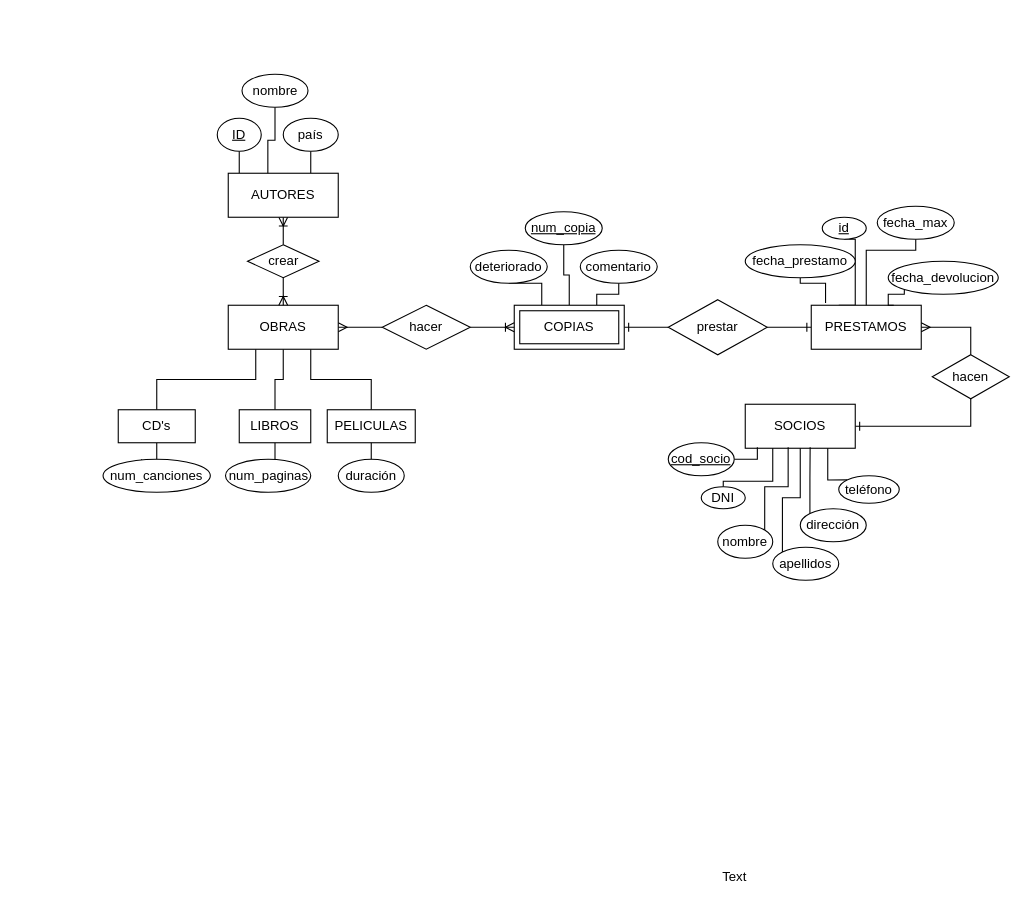
Above: Untitled Diagram.drawio in idominguez25/Curso_JavaAngular (draw.io), before the change. Source tidied: cells renumbered, new cells numbered last; positions are measured from the earlier drawing's top-left corner, leaving out a move shared by most shapes. Both pictures are drawn from the tidied source at 110%, with x=0, y=0 at pixel (102, 74).
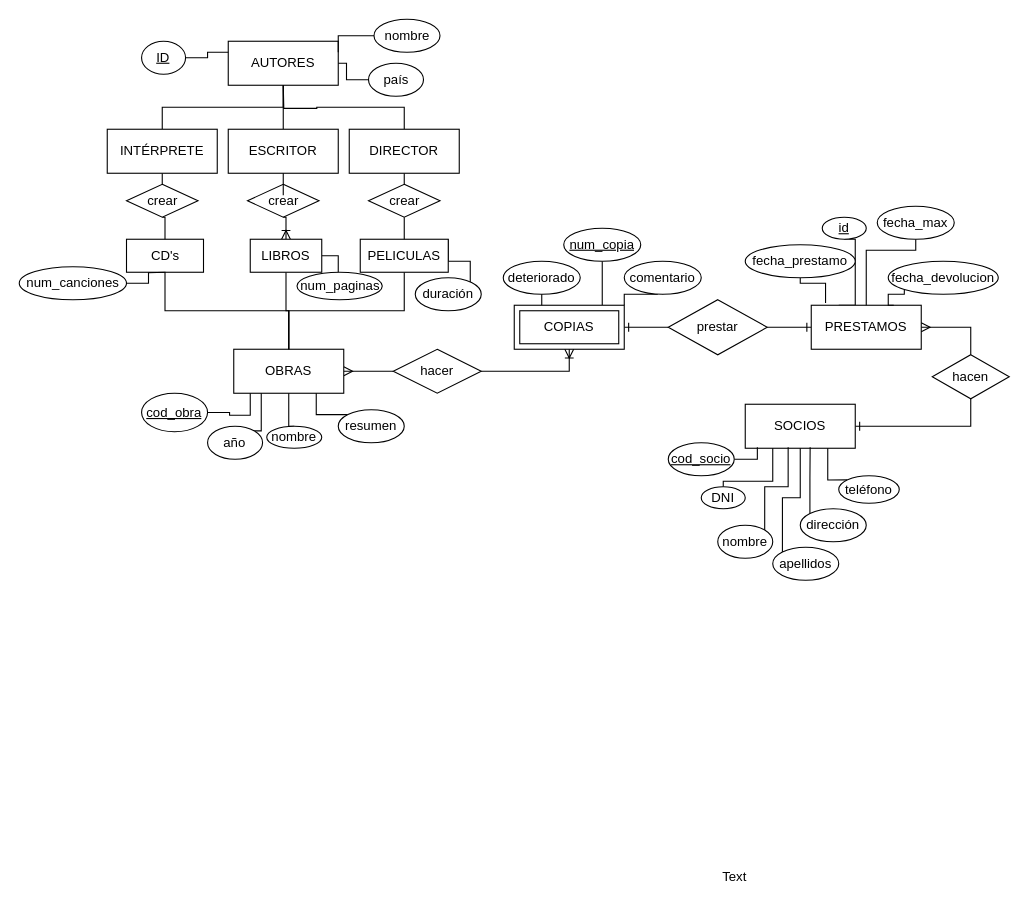
The same page after the edit.

Unchanged cells that the change refers to:
```xml
<mxCell id="16" value="COPIAS" style="shape=ext;margin=3;double=1;whiteSpace=wrap;html=1;align=center;" parent="1" vertex="1">
  <mxGeometry x="374" y="210" width="100" height="40" as="geometry" />
</mxCell>
```

The edit, as a diff of the source:
```diff
@@
     <mxCell id="14" style="edgeStyle=orthogonalEdgeStyle;rounded=0;jettySize=auto;html=1;startArrow=none;startFill=0;endArrow=none;endFill=0;strokeColor=#000000;entryX=0.5;entryY=1;entryDx=0;entryDy=0;" parent="1" edge="1" source="16" target="44">
-      <mxGeometry relative="1" as="geometry" />
+      <mxGeometry relative="1" as="geometry">
+        <Array as="points">
+          <mxPoint x="454" y="200" />
+          <mxPoint x="454" y="200" />
+        </Array>
+      </mxGeometry>
     </mxCell>
-    <mxCell id="15" style="edgeStyle=orthogonalEdgeStyle;rounded=0;jettySize=auto;html=1;exitX=0.75;exitY=0;exitDx=0;exitDy=0;entryX=0.5;entryY=1;entryDx=0;entryDy=0;startArrow=none;startFill=0;endArrow=none;endFill=0;strokeColor=#000000;" parent="1" edge="1" source="16" target="45">
+    <mxCell id="15" style="edgeStyle=orthogonalEdgeStyle;rounded=0;jettySize=auto;html=1;exitX=1;exitY=0;exitDx=0;exitDy=0;entryX=0.5;entryY=1;entryDx=0;entryDy=0;startArrow=none;startFill=0;endArrow=none;endFill=0;strokeColor=#000000;" parent="1" edge="1" source="16" target="45">
       <mxGeometry relative="1" as="geometry">
         <Array as="points">
-          <mxPoint x="449" y="200" />
-          <mxPoint x="469" y="200" />
+          <mxPoint x="474" y="200" />
+          <mxPoint x="504" y="200" />
+          <mxPoint x="504" y="185" />
         </Array>
       </mxGeometry>
     </mxCell>
@@
-    <mxCell id="17" style="edgeStyle=orthogonalEdgeStyle;rounded=0;jettySize=auto;html=1;startArrow=none;startFill=0;endArrow=none;endFill=0;strokeColor=#000000;exitX=0.25;exitY=1;exitDx=0;exitDy=0;" parent="1" edge="1" source="21" target="23">
-      <mxGeometry relative="1" as="geometry" />
-    </mxCell>
-    <mxCell id="18" style="edgeStyle=orthogonalEdgeStyle;rounded=0;jettySize=auto;html=1;exitX=0.5;exitY=1;exitDx=0;exitDy=0;entryX=0.5;entryY=0;entryDx=0;entryDy=0;startArrow=none;startFill=0;endArrow=none;endFill=0;strokeColor=#000000;" parent="1" edge="1" source="21" target="25">
-      <mxGeometry relative="1" as="geometry" />
-    </mxCell>
-    <mxCell id="19" style="edgeStyle=orthogonalEdgeStyle;rounded=0;jettySize=auto;html=1;exitX=0.75;exitY=1;exitDx=0;exitDy=0;startArrow=none;startFill=0;endArrow=none;endFill=0;strokeColor=#000000;" parent="1" edge="1" source="21" target="27">
-      <mxGeometry relative="1" as="geometry" />
-    </mxCell>
-    <mxCell id="20" style="edgeStyle=orthogonalEdgeStyle;rounded=0;jettySize=auto;html=1;startArrow=none;startFill=0;endArrow=ERoneToMany;endFill=0;strokeColor=#000000;" parent="1" edge="1" source="34" target="33">
-      <mxGeometry relative="1" as="geometry" />
-    </mxCell>
     <mxCell id="21" value="OBRAS" style="whiteSpace=wrap;html=1;align=center;" parent="1" vertex="1">
-      <mxGeometry x="114" y="210" width="100" height="40" as="geometry" />
+      <mxGeometry x="119" y="250" width="100" height="40" as="geometry" />
     </mxCell>
-    <mxCell id="22" style="edgeStyle=orthogonalEdgeStyle;rounded=0;jettySize=auto;html=1;startArrow=none;startFill=0;endArrow=none;endFill=0;strokeColor=#000000;" parent="1" edge="1" source="23">
-      <mxGeometry relative="1" as="geometry">
-        <mxPoint x="35.2" y="350" as="targetPoint" />
-      </mxGeometry>
-    </mxCell>
+    <mxCell id="64" style="edgeStyle=orthogonalEdgeStyle;rounded=0;jettySize=auto;html=1;exitX=0.5;exitY=1;exitDx=0;exitDy=0;endArrow=none;endFill=0;" parent="1" edge="1" source="23" target="21">
+      <mxGeometry relative="1" as="geometry" />
+    </mxCell>
     <mxCell id="23" value="CD's" style="whiteSpace=wrap;html=1;align=center;" parent="1" vertex="1">
-      <mxGeometry x="14" y="305" width="70" height="30" as="geometry" />
+      <mxGeometry x="21.5" y="150" width="70" height="30" as="geometry" />
     </mxCell>
-    <mxCell id="24" style="edgeStyle=orthogonalEdgeStyle;rounded=0;jettySize=auto;html=1;startArrow=none;startFill=0;endArrow=none;endFill=0;strokeColor=#000000;" parent="1" edge="1" source="25" target="41">
-      <mxGeometry relative="1" as="geometry" />
+    <mxCell id="24" style="edgeStyle=orthogonalEdgeStyle;rounded=0;jettySize=auto;html=1;startArrow=none;startFill=0;endArrow=none;endFill=0;strokeColor=#000000;exitX=1;exitY=0.5;exitDx=0;exitDy=0;" parent="1" edge="1" source="25" target="41">
+      <mxGeometry relative="1" as="geometry">
+        <Array as="points">
+          <mxPoint x="214" y="165" />
+          <mxPoint x="214" y="190" />
+          <mxPoint x="249" y="190" />
+        </Array>
+      </mxGeometry>
     </mxCell>
-    <mxCell id="25" value="LIBROS" style="whiteSpace=wrap;html=1;align=center;" parent="1" vertex="1">
-      <mxGeometry x="124" y="305" width="65" height="30" as="geometry" />
-    </mxCell>
-    <mxCell id="26" style="edgeStyle=orthogonalEdgeStyle;rounded=0;jettySize=auto;html=1;startArrow=none;startFill=0;endArrow=none;endFill=0;strokeColor=#000000;" parent="1" edge="1" source="27" target="42">
-      <mxGeometry relative="1" as="geometry" />
+    <mxCell id="26" style="edgeStyle=orthogonalEdgeStyle;rounded=0;jettySize=auto;html=1;exitX=1;exitY=0;exitDx=0;exitDy=0;entryX=0;entryY=1;entryDx=0;entryDy=0;endArrow=none;endFill=0;" parent="1" edge="1" source="27" target="42">
+      <mxGeometry relative="1" as="geometry">
+        <Array as="points">
+          <mxPoint x="314" y="170" />
+          <mxPoint x="334" y="170" />
+          <mxPoint x="334" y="200" />
+          <mxPoint x="293" y="200" />
+        </Array>
+      </mxGeometry>
     </mxCell>
+    <mxCell id="65" style="edgeStyle=orthogonalEdgeStyle;rounded=0;jettySize=auto;html=1;exitX=0.5;exitY=1;exitDx=0;exitDy=0;entryX=0.5;entryY=0;entryDx=0;entryDy=0;endArrow=none;endFill=0;" parent="1" edge="1" source="27" target="21">
+      <mxGeometry relative="1" as="geometry" />
+    </mxCell>
     <mxCell id="27" value="PELICULAS" style="whiteSpace=wrap;html=1;align=center;" parent="1" vertex="1">
-      <mxGeometry x="204" y="305" width="80" height="30" as="geometry" />
+      <mxGeometry x="234" y="150" width="80" height="30" as="geometry" />
     </mxCell>
     <mxCell id="28" value="hacer" style="shape=rhombus;perimeter=rhombusPerimeter;whiteSpace=wrap;html=1;align=center;" parent="1" vertex="1">
-      <mxGeometry x="254" y="210" width="80" height="40" as="geometry" />
+      <mxGeometry x="264" y="250" width="80" height="40" as="geometry" />
     </mxCell>
     <mxCell id="29" style="edgeStyle=orthogonalEdgeStyle;rounded=0;jettySize=auto;html=1;startArrow=ERoneToMany;startFill=0;endArrow=none;endFill=0;strokeColor=#000000;" parent="1" edge="1" source="16" target="28">
-      <mxGeometry relative="1" as="geometry" />
+      <mxGeometry relative="1" as="geometry">
+        <Array as="points">
+          <mxPoint x="424" y="270" />
+        </Array>
+      </mxGeometry>
     </mxCell>
@@
-    <mxCell id="31" style="edgeStyle=orthogonalEdgeStyle;rounded=0;jettySize=auto;html=1;startArrow=none;startFill=0;endArrow=none;endFill=0;strokeColor=#000000;exitX=0.1;exitY=0;exitDx=0;exitDy=0;exitPerimeter=0;" parent="1" edge="1" source="33" target="36">
-      <mxGeometry relative="1" as="geometry" />
-    </mxCell>
-    <mxCell id="32" style="edgeStyle=orthogonalEdgeStyle;rounded=0;jettySize=auto;html=1;exitX=0.75;exitY=0;exitDx=0;exitDy=0;entryX=0.5;entryY=1;entryDx=0;entryDy=0;startArrow=none;startFill=0;endArrow=none;endFill=0;strokeColor=#000000;" parent="1" edge="1" source="33" target="39">
-      <mxGeometry relative="1" as="geometry" />
-    </mxCell>
     <mxCell id="33" value="AUTORES" style="whiteSpace=wrap;html=1;align=center;" parent="1" vertex="1">
-      <mxGeometry x="114" y="90" width="100" height="40" as="geometry" />
+      <mxGeometry x="114" y="-30" width="100" height="40" as="geometry" />
     </mxCell>
     <mxCell id="34" value="crear" style="shape=rhombus;perimeter=rhombusPerimeter;whiteSpace=wrap;html=1;align=center;" parent="1" vertex="1">
-      <mxGeometry x="131.5" y="155" width="65" height="30" as="geometry" />
+      <mxGeometry x="131.5" y="100" width="65" height="30" as="geometry" />
     </mxCell>
-    <mxCell id="35" style="edgeStyle=orthogonalEdgeStyle;rounded=0;jettySize=auto;html=1;startArrow=ERoneToMany;startFill=0;endArrow=none;endFill=0;strokeColor=#000000;" parent="1" edge="1" source="21" target="34">
+    <mxCell id="35" style="edgeStyle=orthogonalEdgeStyle;rounded=0;jettySize=auto;html=1;startArrow=ERoneToMany;startFill=0;endArrow=none;endFill=0;strokeColor=#000000;" parent="1" edge="1" source="25" target="34">
       <mxGeometry relative="1" as="geometry" />
     </mxCell>
+    <mxCell id="66" style="edgeStyle=orthogonalEdgeStyle;rounded=0;jettySize=auto;html=1;entryX=0;entryY=0.25;entryDx=0;entryDy=0;endArrow=none;endFill=0;" parent="1" edge="1" source="36" target="33">
+      <mxGeometry relative="1" as="geometry" />
+    </mxCell>
     <mxCell id="36" value="&lt;u&gt;ID&lt;/u&gt;" style="ellipse;whiteSpace=wrap;html=1;" parent="1" vertex="1">
-      <mxGeometry x="104" y="40" width="40" height="30" as="geometry" />
+      <mxGeometry x="35.2" y="-30" width="40" height="30" as="geometry" />
     </mxCell>
-    <mxCell id="37" style="edgeStyle=orthogonalEdgeStyle;rounded=0;jettySize=auto;html=1;startArrow=none;startFill=0;endArrow=none;endFill=0;strokeColor=#000000;entryX=0.36;entryY=0;entryDx=0;entryDy=0;entryPerimeter=0;" parent="1" edge="1" source="38" target="33">
+    <mxCell id="37" style="edgeStyle=orthogonalEdgeStyle;rounded=0;jettySize=auto;html=1;exitX=0;exitY=0.5;exitDx=0;exitDy=0;entryX=1;entryY=0.25;entryDx=0;entryDy=0;endArrow=none;endFill=0;" parent="1" edge="1" source="38" target="33">
       <mxGeometry relative="1" as="geometry" />
     </mxCell>
     <mxCell id="38" value="nombre" style="ellipse;whiteSpace=wrap;html=1;align=center;" parent="1" vertex="1">
-      <mxGeometry x="126.5" width="60" height="30" as="geometry" />
+      <mxGeometry x="246.5" y="-50" width="60" height="30" as="geometry" />
     </mxCell>
+    <mxCell id="67" style="edgeStyle=orthogonalEdgeStyle;rounded=0;jettySize=auto;html=1;endArrow=none;endFill=0;" parent="1" edge="1" source="39" target="33">
+      <mxGeometry relative="1" as="geometry" />
+    </mxCell>
     <mxCell id="39" value="país" style="ellipse;whiteSpace=wrap;html=1;" parent="1" vertex="1">
-      <mxGeometry x="164" y="40" width="50" height="30" as="geometry" />
+      <mxGeometry x="241.5" y="-10" width="50" height="30" as="geometry" />
     </mxCell>
+    <mxCell id="68" style="edgeStyle=orthogonalEdgeStyle;rounded=0;jettySize=auto;html=1;endArrow=none;endFill=0;" parent="1" edge="1" source="40">
+      <mxGeometry relative="1" as="geometry">
+        <mxPoint x="57" y="180" as="targetPoint" />
+      </mxGeometry>
+    </mxCell>
     <mxCell id="40" value="num_canciones" style="ellipse;whiteSpace=wrap;html=1;" parent="1" vertex="1">
-      <mxGeometry x="0.2" y="350" width="97.5" height="30" as="geometry" />
+      <mxGeometry x="-76" y="175" width="97.5" height="30" as="geometry" />
     </mxCell>
     <mxCell id="41" value="num_paginas" style="ellipse;whiteSpace=wrap;html=1;" parent="1" vertex="1">
-      <mxGeometry x="111.5" y="350" width="77.5" height="30" as="geometry" />
+      <mxGeometry x="176.5" y="180" width="77.5" height="25" as="geometry" />
     </mxCell>
     <mxCell id="42" value="duración" style="ellipse;whiteSpace=wrap;html=1;" parent="1" vertex="1">
-      <mxGeometry x="214" y="350" width="60" height="30" as="geometry" />
+      <mxGeometry x="284" y="185" width="60" height="30" as="geometry" />
     </mxCell>
     <mxCell id="43" value="deteriorado" style="ellipse;whiteSpace=wrap;html=1;" parent="1" vertex="1">
-      <mxGeometry x="334" y="160" width="70" height="30" as="geometry" />
+      <mxGeometry x="364" y="170" width="70" height="30" as="geometry" />
     </mxCell>
     <mxCell id="44" value="&lt;u&gt;num_copia&lt;/u&gt;" style="ellipse;whiteSpace=wrap;html=1;" parent="1" vertex="1">
-      <mxGeometry x="384" y="125" width="70" height="30" as="geometry" />
+      <mxGeometry x="419" y="140" width="70" height="30" as="geometry" />
     </mxCell>
     <mxCell id="45" value="comentario" style="ellipse;whiteSpace=wrap;html=1;" parent="1" vertex="1">
-      <mxGeometry x="434" y="160" width="70" height="30" as="geometry" />
+      <mxGeometry x="474" y="170" width="70" height="30" as="geometry" />
     </mxCell>
@@
+    <mxCell id="69" style="edgeStyle=orthogonalEdgeStyle;rounded=0;jettySize=auto;html=1;exitX=1;exitY=0.5;exitDx=0;exitDy=0;entryX=0.15;entryY=1;entryDx=0;entryDy=0;entryPerimeter=0;endArrow=none;endFill=0;" parent="1" edge="1" source="70" target="21">
+      <mxGeometry relative="1" as="geometry" />
+    </mxCell>
+    <mxCell id="70" value="&lt;u&gt;cod_obra&lt;/u&gt;" style="ellipse;whiteSpace=wrap;html=1;" parent="1" vertex="1">
+      <mxGeometry x="35.2" y="290" width="60" height="35" as="geometry" />
+    </mxCell>
+    <mxCell id="71" style="edgeStyle=orthogonalEdgeStyle;rounded=0;jettySize=auto;html=1;exitX=1;exitY=0;exitDx=0;exitDy=0;entryX=0.25;entryY=1;entryDx=0;entryDy=0;endArrow=none;endFill=0;" parent="1" edge="1" source="72" target="21">
+      <mxGeometry relative="1" as="geometry" />
+    </mxCell>
+    <mxCell id="72" value="año" style="ellipse;whiteSpace=wrap;html=1;" parent="1" vertex="1">
+      <mxGeometry x="95.2" y="320" width="50" height="30" as="geometry" />
+    </mxCell>
+    <mxCell id="73" style="edgeStyle=orthogonalEdgeStyle;rounded=0;jettySize=auto;html=1;exitX=0;exitY=0;exitDx=0;exitDy=0;entryX=0.75;entryY=1;entryDx=0;entryDy=0;endArrow=none;endFill=0;" parent="1" edge="1" source="74" target="21">
+      <mxGeometry relative="1" as="geometry" />
+    </mxCell>
+    <mxCell id="74" value="resumen" style="ellipse;whiteSpace=wrap;html=1;" parent="1" vertex="1">
+      <mxGeometry x="214" y="305" width="60" height="30" as="geometry" />
+    </mxCell>
+    <mxCell id="75" style="edgeStyle=orthogonalEdgeStyle;rounded=0;jettySize=auto;html=1;exitX=0.5;exitY=0;exitDx=0;exitDy=0;entryX=0.5;entryY=1;entryDx=0;entryDy=0;endArrow=none;endFill=0;" parent="1" edge="1" source="76" target="21">
+      <mxGeometry relative="1" as="geometry" />
+    </mxCell>
+    <mxCell id="76" value="nombre" style="ellipse;whiteSpace=wrap;html=1;" parent="1" vertex="1">
+      <mxGeometry x="149" y="320" width="50" height="20" as="geometry" />
+    </mxCell>
+    <mxCell id="77" style="edgeStyle=orthogonalEdgeStyle;rounded=0;jettySize=auto;html=1;exitX=0.5;exitY=0;exitDx=0;exitDy=0;endArrow=none;endFill=0;" parent="1" edge="1" source="79" target="33">
+      <mxGeometry relative="1" as="geometry" />
+    </mxCell>
+    <mxCell id="78" style="edgeStyle=orthogonalEdgeStyle;rounded=0;jettySize=auto;html=1;exitX=0.5;exitY=1;exitDx=0;exitDy=0;entryX=0.5;entryY=0;entryDx=0;entryDy=0;endArrow=none;endFill=0;" parent="1" edge="1" source="79" target="89">
+      <mxGeometry relative="1" as="geometry" />
+    </mxCell>
+    <mxCell id="79" value="INTÉRPRETE" style="whiteSpace=wrap;html=1;align=center;" parent="1" vertex="1">
+      <mxGeometry x="4" y="50" width="100" height="40" as="geometry" />
+    </mxCell>
+    <mxCell id="80" style="edgeStyle=orthogonalEdgeStyle;rounded=0;jettySize=auto;html=1;exitX=0.5;exitY=0;exitDx=0;exitDy=0;endArrow=none;endFill=0;" parent="1" edge="1" source="82">
+      <mxGeometry relative="1" as="geometry">
+        <mxPoint x="164" y="10" as="targetPoint" />
+      </mxGeometry>
+    </mxCell>
+    <mxCell id="81" style="edgeStyle=orthogonalEdgeStyle;rounded=0;jettySize=auto;html=1;entryX=0.5;entryY=0;entryDx=0;entryDy=0;endArrow=none;endFill=0;" parent="1" edge="1" source="82" target="34">
+      <mxGeometry relative="1" as="geometry" />
+    </mxCell>
+    <mxCell id="82" value="ESCRITOR" style="whiteSpace=wrap;html=1;align=center;" parent="1" vertex="1">
+      <mxGeometry x="114" y="50" width="100" height="40" as="geometry" />
+    </mxCell>
+    <mxCell id="83" style="edgeStyle=orthogonalEdgeStyle;rounded=0;jettySize=auto;html=1;exitX=0.5;exitY=0;exitDx=0;exitDy=0;endArrow=none;endFill=0;" parent="1" edge="1" source="85">
+      <mxGeometry relative="1" as="geometry">
+        <mxPoint x="164" y="10" as="targetPoint" />
+      </mxGeometry>
+    </mxCell>
+    <mxCell id="84" style="edgeStyle=orthogonalEdgeStyle;rounded=0;jettySize=auto;html=1;exitX=0.5;exitY=1;exitDx=0;exitDy=0;entryX=0.5;entryY=0;entryDx=0;entryDy=0;endArrow=none;endFill=0;" parent="1" edge="1" source="85" target="87">
+      <mxGeometry relative="1" as="geometry" />
+    </mxCell>
+    <mxCell id="85" value="DIRECTOR" style="whiteSpace=wrap;html=1;align=center;" parent="1" vertex="1">
+      <mxGeometry x="224" y="50" width="100" height="40" as="geometry" />
+    </mxCell>
+    <mxCell id="86" style="edgeStyle=orthogonalEdgeStyle;rounded=0;jettySize=auto;html=1;exitX=0.5;exitY=1;exitDx=0;exitDy=0;entryX=0.5;entryY=0;entryDx=0;entryDy=0;endArrow=none;endFill=0;" parent="1" edge="1" source="87" target="27">
+      <mxGeometry relative="1" as="geometry" />
+    </mxCell>
+    <mxCell id="87" value="crear" style="shape=rhombus;perimeter=rhombusPerimeter;whiteSpace=wrap;html=1;align=center;" parent="1" vertex="1">
+      <mxGeometry x="241.5" y="100" width="65" height="30" as="geometry" />
+    </mxCell>
+    <mxCell id="88" style="edgeStyle=orthogonalEdgeStyle;rounded=0;jettySize=auto;html=1;exitX=0.5;exitY=1;exitDx=0;exitDy=0;entryX=0.5;entryY=0;entryDx=0;entryDy=0;endArrow=none;endFill=0;" parent="1" edge="1" source="89" target="23">
+      <mxGeometry relative="1" as="geometry" />
+    </mxCell>
+    <mxCell id="89" value="crear" style="shape=rhombus;perimeter=rhombusPerimeter;whiteSpace=wrap;html=1;align=center;" parent="1" vertex="1">
+      <mxGeometry x="21.5" y="100" width="65" height="30" as="geometry" />
+    </mxCell>
+    <mxCell id="90" style="edgeStyle=orthogonalEdgeStyle;rounded=0;jettySize=auto;html=1;exitX=0.5;exitY=1;exitDx=0;exitDy=0;entryX=0.5;entryY=0;entryDx=0;entryDy=0;endArrow=none;endFill=0;" parent="1" edge="1" source="25" target="21">
+      <mxGeometry relative="1" as="geometry" />
+    </mxCell>
+    <mxCell id="25" value="LIBROS" style="whiteSpace=wrap;html=1;align=center;" parent="1" vertex="1">
+      <mxGeometry x="134" y="150" width="65" height="30" as="geometry" />
+    </mxCell>
```
